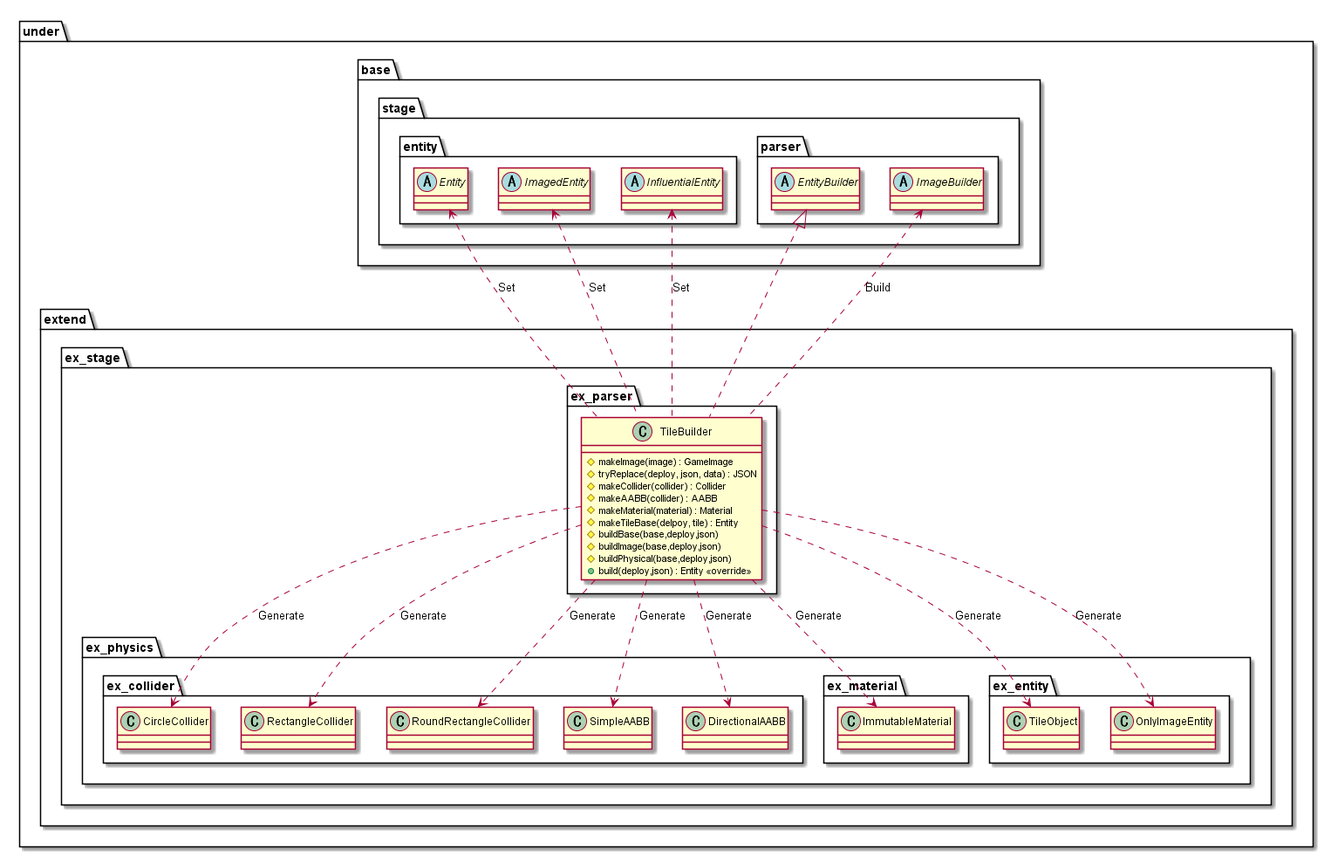
This is out/uml/parser/Tile/ParserTile.png from Expine/Under, a PlantUML export, as it was before one commit.
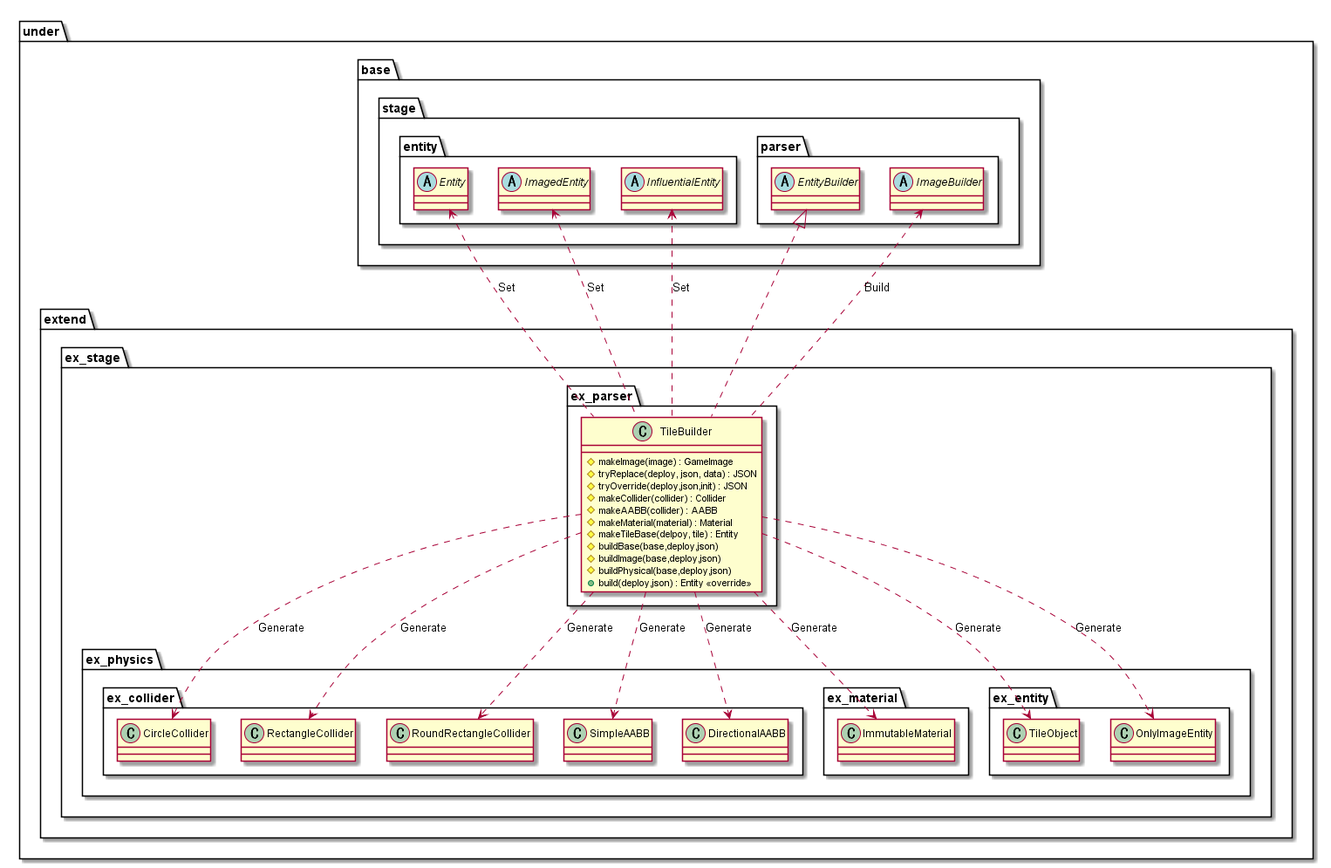
After the change.

Change to the diagram source:
```diff
@@ -7,6 +7,7 @@
                 class TileBuilder {
                     #makeImage(image) : GameImage
                     #tryReplace(deploy, json, data) : JSON
+                    #tryOverride(deploy,json,init) : JSON
                     #makeCollider(collider) : Collider
                     #makeAABB(collider) : AABB
                     #makeMaterial(material) : Material
```
